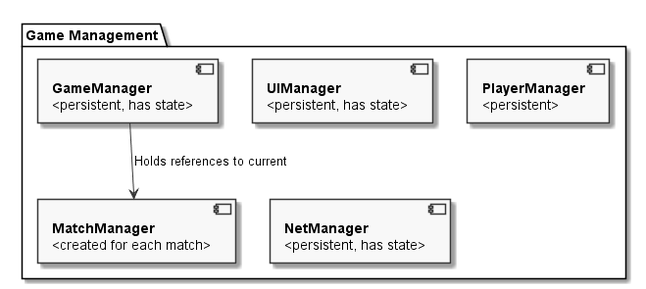
The PlantUML diagram inline_umlgraph_1.png in TheRoot89/BomberUnitsDocu, before a commit.
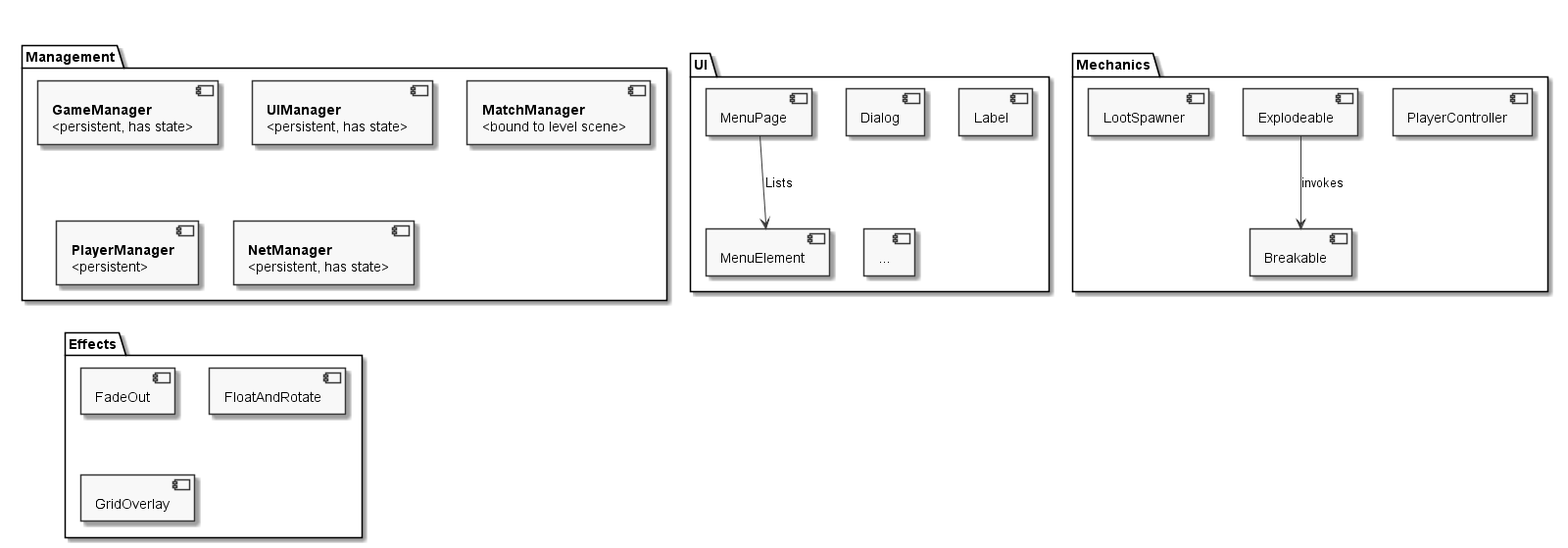
Later version of the same file.

The edit, as a diff of the source:
```diff
@@ -3,7 +3,7 @@
    skinparam componentStyle uml2
 
 
-package "Game Management" {
+package "Management" {
     component GameManager [
         **GameManager**
         <persistent, has state>
@@ -16,7 +16,7 @@
 
     component MatchManager [
         **MatchManager**
-        <created for each match>
+        <bound to level scene>
     ]
 
     component PlayerManager [
@@ -30,6 +30,31 @@
     ]
 }
 
-GameManager --> MatchManager : Holds references to current
+package "UI" {
+    component MenuPage
+    component MenuElement
+    component Dialog
+    component Label
+    component "..."
+
+    MenuPage --> MenuElement : Lists
+}
+
+package "Effects" {
+    component FadeOut
+    component FloatAndRotate
+    component GridOverlay
+    component "..."
+}
+
+package "Mechanics" {
+    component PlayerController
+    component Explodeable
+    component Breakable
+    component LootSpawner
+
+    Explodeable --> Breakable : invokes
+}
+
 
 @enduml
```
